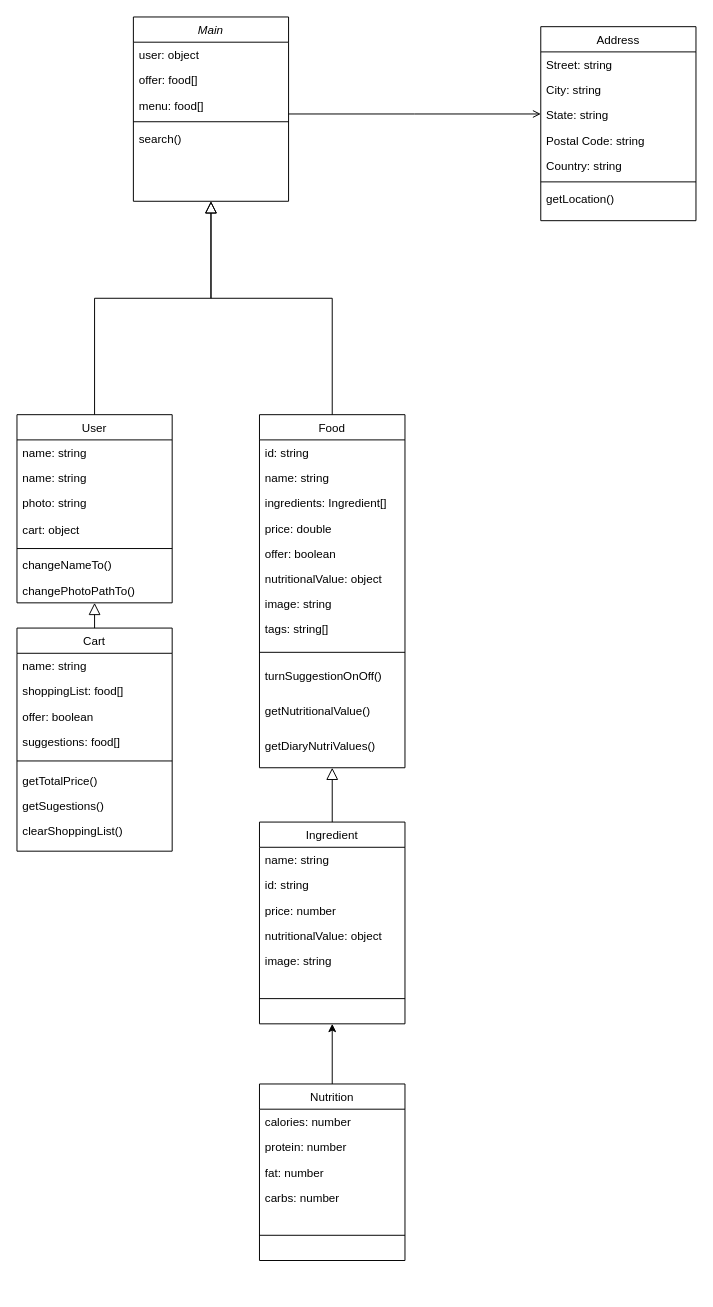
The draw.io diagram foodee/foodeeUML.drawio in TrezzeIohan/Foodee, before the edit. Source tidied: cells renumbered, new cells numbered last; positions are measured from the earlier drawing's top-left corner, leaving out a move shared by most shapes. Both pictures are drawn from the tidied source at 97%, with x=0, y=0 at pixel (16, -5).
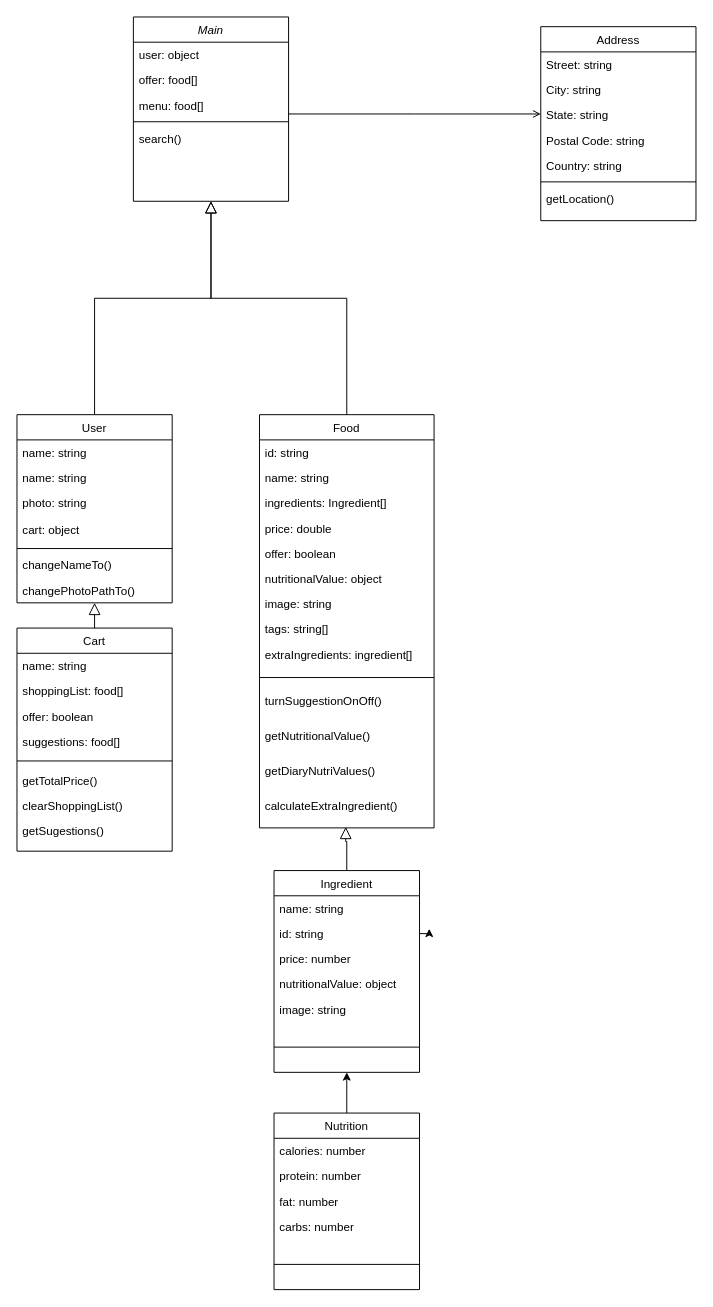
The same page after the edit.

Commit message (it also covers changes not shown here):
Adjusts in the food model

Unchanged cells that the change refers to:
```xml
<mxCell id="39" value="Cart" style="swimlane;fontStyle=0;align=center;verticalAlign=top;horizontal=1;startSize=26;rounded=0;shadow=0;strokeWidth=1;labelBackgroundColor=none;" parent="1" vertex="1">
  <mxGeometry y="652" width="160" height="230" as="geometry" />
</mxCell>
<mxCell id="51" value="id: string" style="text;align=left;verticalAlign=top;spacingLeft=4;spacingRight=4;overflow=hidden;points=[[0,0.5],[1,0.5]];portConstraint=eastwest;labelBackgroundColor=none;" parent="49" vertex="1">
  <mxGeometry y="52" width="150" height="26" as="geometry" />
</mxCell>
```

Change to the diagram source:
```diff
@@
     <mxCell id="17" value="Food" style="swimlane;fontStyle=0;align=center;verticalAlign=top;horizontal=1;startSize=26;rounded=0;shadow=0;strokeWidth=1;labelBackgroundColor=none;" parent="1" vertex="1">
-      <mxGeometry x="250" y="432" width="150" height="364" as="geometry" />
+      <mxGeometry x="250" y="432" width="180" height="426" as="geometry" />
     </mxCell>
     <mxCell id="18" value="id: string" style="text;align=left;verticalAlign=top;spacingLeft=4;spacingRight=4;overflow=hidden;labelBackgroundColor=none;" parent="17" vertex="1">
-      <mxGeometry y="26" width="150" height="26" as="geometry" />
+      <mxGeometry y="26" width="180" height="26" as="geometry" />
     </mxCell>
     <mxCell id="19" value="name: string" style="text;align=left;verticalAlign=top;spacingLeft=4;spacingRight=4;overflow=hidden;labelBackgroundColor=none;" parent="17" vertex="1">
-      <mxGeometry y="52" width="150" height="26" as="geometry" />
+      <mxGeometry y="52" width="180" height="26" as="geometry" />
     </mxCell>
     <mxCell id="20" value="ingredients: Ingredient[]" style="text;align=left;verticalAlign=top;spacingLeft=4;spacingRight=4;overflow=hidden;labelBackgroundColor=none;" parent="17" vertex="1">
-      <mxGeometry y="78" width="150" height="26" as="geometry" />
+      <mxGeometry y="78" width="180" height="26" as="geometry" />
     </mxCell>
     <mxCell id="21" value="price: double" style="text;align=left;verticalAlign=top;spacingLeft=4;spacingRight=4;overflow=hidden;labelBackgroundColor=none;" parent="17" vertex="1">
-      <mxGeometry y="104" width="150" height="26" as="geometry" />
+      <mxGeometry y="104" width="180" height="26" as="geometry" />
     </mxCell>
     <mxCell id="22" value="offer: boolean" style="text;align=left;verticalAlign=top;spacingLeft=4;spacingRight=4;overflow=hidden;labelBackgroundColor=none;" parent="17" vertex="1">
-      <mxGeometry y="130" width="150" height="26" as="geometry" />
+      <mxGeometry y="130" width="180" height="26" as="geometry" />
     </mxCell>
     <mxCell id="23" value="nutritionalValue: object" style="text;align=left;verticalAlign=top;spacingLeft=4;spacingRight=4;overflow=hidden;labelBackgroundColor=none;" parent="17" vertex="1">
-      <mxGeometry y="156" width="150" height="26" as="geometry" />
+      <mxGeometry y="156" width="180" height="26" as="geometry" />
     </mxCell>
     <mxCell id="24" value="image: string" style="text;align=left;verticalAlign=top;spacingLeft=4;spacingRight=4;overflow=hidden;labelBackgroundColor=none;" parent="17" vertex="1">
-      <mxGeometry y="182" width="150" height="26" as="geometry" />
+      <mxGeometry y="182" width="180" height="26" as="geometry" />
     </mxCell>
+    <mxCell id="65" value="tags: string[]" style="text;align=left;verticalAlign=top;spacingLeft=4;spacingRight=4;overflow=hidden;labelBackgroundColor=none;" parent="17" vertex="1">
+      <mxGeometry y="208" width="180" height="26" as="geometry" />
+    </mxCell>
-    <mxCell id="25" value="tags: string[]" style="text;align=left;verticalAlign=top;spacingLeft=4;spacingRight=4;overflow=hidden;labelBackgroundColor=none;" parent="17" vertex="1">
-      <mxGeometry y="208" width="150" height="26" as="geometry" />
+    <mxCell id="25" value="extraIngredients: ingredient[]" style="text;align=left;verticalAlign=top;spacingLeft=4;spacingRight=4;overflow=hidden;labelBackgroundColor=none;" parent="17" vertex="1">
+      <mxGeometry y="234" width="180" height="26" as="geometry" />
     </mxCell>
     <mxCell id="26" style="line;html=1;strokeWidth=1;align=left;verticalAlign=middle;spacingTop=-1;spacingLeft=3;spacingRight=3;labelPosition=right;labelBackgroundColor=none;" parent="17" vertex="1">
-      <mxGeometry y="234" width="150" height="22" as="geometry" />
+      <mxGeometry y="260" width="180" height="22" as="geometry" />
     </mxCell>
     <mxCell id="27" value="turnSuggestionOnOff()" style="text;align=left;verticalAlign=top;spacingLeft=4;spacingRight=4;overflow=hidden;labelBackgroundColor=none;" parent="17" vertex="1">
-      <mxGeometry y="256" width="150" height="36" as="geometry" />
+      <mxGeometry y="282" width="180" height="36" as="geometry" />
     </mxCell>
     <mxCell id="28" value="getNutritionalValue()" style="text;align=left;verticalAlign=top;spacingLeft=4;spacingRight=4;overflow=hidden;labelBackgroundColor=none;" parent="17" vertex="1">
-      <mxGeometry y="292" width="150" height="36" as="geometry" />
+      <mxGeometry y="318" width="180" height="36" as="geometry" />
     </mxCell>
     <mxCell id="29" value="getDiaryNutriValues()" style="text;align=left;verticalAlign=top;spacingLeft=4;spacingRight=4;overflow=hidden;labelBackgroundColor=none;" parent="17" vertex="1">
-      <mxGeometry y="328" width="150" height="36" as="geometry" />
+      <mxGeometry y="354" width="180" height="36" as="geometry" />
     </mxCell>
+    <mxCell id="66" value="calculateExtraIngredient()" style="text;align=left;verticalAlign=top;spacingLeft=4;spacingRight=4;overflow=hidden;points=[[0,0.5],[1,0.5]];portConstraint=eastwest;labelBackgroundColor=none;" parent="17" vertex="1">
+      <mxGeometry y="390" width="180" height="36" as="geometry" />
+    </mxCell>
@@
+    <mxCell id="47" value="clearShoppingList()" style="text;align=left;verticalAlign=top;spacingLeft=4;spacingRight=4;overflow=hidden;labelBackgroundColor=none;" parent="39" vertex="1">
+      <mxGeometry y="170" width="160" height="26" as="geometry" />
+    </mxCell>
     <mxCell id="46" value="getSugestions()" style="text;align=left;verticalAlign=top;spacingLeft=4;spacingRight=4;overflow=hidden;labelBackgroundColor=none;" parent="39" vertex="1">
-      <mxGeometry y="170" width="160" height="26" as="geometry" />
+      <mxGeometry y="196" width="160" height="26" as="geometry" />
     </mxCell>
-    <mxCell id="47" value="clearShoppingList()" style="text;align=left;verticalAlign=top;spacingLeft=4;spacingRight=4;overflow=hidden;labelBackgroundColor=none;" parent="39" vertex="1">
-      <mxGeometry y="196" width="160" height="26" as="geometry" />
-    </mxCell>
@@
     <mxCell id="49" value="Ingredient" style="swimlane;fontStyle=0;align=center;verticalAlign=top;horizontal=1;startSize=26;rounded=0;shadow=0;strokeWidth=1;labelBackgroundColor=none;" parent="1" vertex="1">
-      <mxGeometry x="250" y="852" width="150" height="208" as="geometry" />
+      <mxGeometry x="265" y="902" width="150" height="208" as="geometry" />
     </mxCell>
@@
+    <mxCell id="67" style="edgeStyle=orthogonalEdgeStyle;rounded=0;jettySize=auto;html=1;exitX=1;exitY=0.5;exitDx=0;exitDy=0;" parent="49" edge="1" source="51">
+      <mxGeometry relative="1" as="geometry">
+        <mxPoint x="160" y="60" as="targetPoint" />
+      </mxGeometry>
+    </mxCell>
@@
-    <mxCell id="56" style="endArrow=block;endSize=10;endFill=0;shadow=0;strokeWidth=1;rounded=0;edgeStyle=elbowEdgeStyle;elbow=vertical;labelBackgroundColor=none;fontColor=default;exitX=0.5;exitY=0;exitDx=0;exitDy=0;" parent="1" edge="1" source="49">
+    <mxCell id="56" style="endArrow=block;endSize=10;endFill=0;shadow=0;strokeWidth=1;rounded=0;edgeStyle=elbowEdgeStyle;elbow=vertical;labelBackgroundColor=none;fontColor=default;entryX=0.494;entryY=0.972;entryDx=0;entryDy=0;entryPerimeter=0;exitX=0.5;exitY=0;exitDx=0;exitDy=0;" parent="1" edge="1" source="49" target="66">
       <mxGeometry relative="1" as="geometry">
-        <mxPoint x="324.5" y="796" as="targetPoint" />
         <Array as="points">
-          <mxPoint x="325" y="796" />
-          <mxPoint x="309.5" y="726" />
-          <mxPoint x="769.5" y="394" />
+          <mxPoint x="350" y="872" />
+          <mxPoint x="343" y="822" />
+          <mxPoint x="327.5" y="752" />
+          <mxPoint x="787.5" y="420" />
         </Array>
       </mxGeometry>
     </mxCell>
@@
     <mxCell id="59" value="Nutrition" style="swimlane;fontStyle=0;align=center;verticalAlign=top;horizontal=1;startSize=26;rounded=0;shadow=0;strokeWidth=1;labelBackgroundColor=none;" parent="1" vertex="1">
-      <mxGeometry x="250" y="1122" width="150" height="182" as="geometry" />
+      <mxGeometry x="265" y="1152" width="150" height="182" as="geometry" />
     </mxCell>
```
